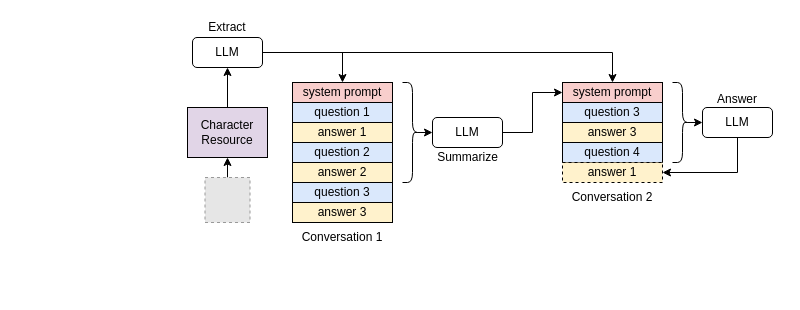
xrysamuel/my-drawio keeps this draw.io diagram as Drafts/aicosplay.drawio. Above is the earlier version. Source tidied: cells renumbered, new cells numbered last; positions are measured from the earlier drawing's top-left corner, leaving out a move shared by most shapes. Both pictures are drawn from the tidied source at 100%, with x=0, y=0 at pixel (187, 17). Pictures stored in the file or linked from it are replaced by grey dashed boxes.
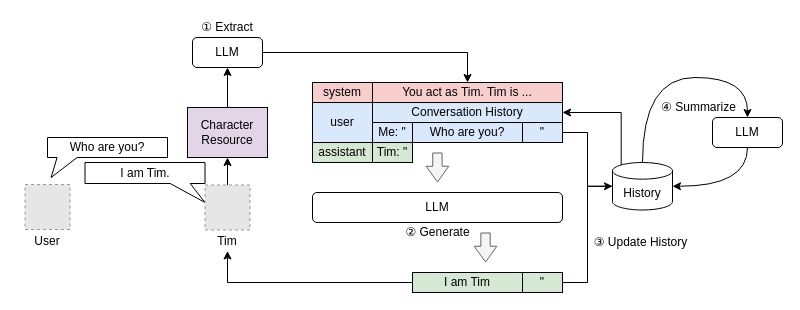
Above is the later version.

The change refers to these unchanged cells:
```xml
<mxCell id="18" value="LLM" style="rounded=1;whiteSpace=wrap;html=1;" parent="1" vertex="1">
  <mxGeometry x="5" y="20" width="70" height="30" as="geometry" />
</mxCell>
<mxCell id="20" value="Character&lt;div&gt;Resource&lt;/div&gt;" style="rounded=0;whiteSpace=wrap;html=1;fillColor=#e1d5e7;strokeColor=#000000;" parent="1" vertex="1">
  <mxGeometry y="90" width="80" height="50" as="geometry" />
</mxCell>
```

Change to the diagram source:
```diff
@@
-    <mxCell id="2" value="system prompt" style="rounded=0;whiteSpace=wrap;html=1;fillColor=#f8cecc;strokeColor=#000000;" parent="1" vertex="1">
-      <mxGeometry x="105" y="65" width="100" height="20" as="geometry" />
+    <mxCell id="2" value="&lt;div&gt;You act as Tim. Tim is ...&lt;/div&gt;" style="rounded=0;whiteSpace=wrap;html=1;fillColor=#f8cecc;strokeColor=#000000;" parent="1" vertex="1">
+      <mxGeometry x="185" y="65" width="190" height="20" as="geometry" />
     </mxCell>
-    <mxCell id="3" value="question 1" style="rounded=0;whiteSpace=wrap;html=1;fillColor=#dae8fc;strokeColor=#000000;" parent="1" vertex="1">
-      <mxGeometry x="105" y="85" width="100" height="20" as="geometry" />
+    <mxCell id="3" value="Me: &quot;" style="rounded=0;whiteSpace=wrap;html=1;fillColor=#dae8fc;strokeColor=#000000;" parent="1" vertex="1">
+      <mxGeometry x="185" y="105" width="40" height="20" as="geometry" />
     </mxCell>
-    <mxCell id="4" value="answer 1" style="rounded=0;whiteSpace=wrap;html=1;fillColor=#fff2cc;strokeColor=#000000;" parent="1" vertex="1">
-      <mxGeometry x="105" y="105" width="100" height="20" as="geometry" />
-    </mxCell>
-    <mxCell id="5" value="question 2" style="rounded=0;whiteSpace=wrap;html=1;fillColor=#dae8fc;strokeColor=#000000;" parent="1" vertex="1">
-      <mxGeometry x="105" y="125" width="100" height="20" as="geometry" />
-    </mxCell>
-    <mxCell id="6" value="answer 2" style="rounded=0;whiteSpace=wrap;html=1;fillColor=#fff2cc;strokeColor=#000000;" parent="1" vertex="1">
-      <mxGeometry x="105" y="145" width="100" height="20" as="geometry" />
-    </mxCell>
-    <mxCell id="7" value="system prompt" style="rounded=0;whiteSpace=wrap;html=1;fillColor=#f8cecc;strokeColor=#000000;" parent="1" vertex="1">
-      <mxGeometry x="375" y="65" width="100" height="20" as="geometry" />
-    </mxCell>
-    <mxCell id="8" value="question 3" style="rounded=0;whiteSpace=wrap;html=1;fillColor=#dae8fc;strokeColor=#000000;" parent="1" vertex="1">
-      <mxGeometry x="375" y="85" width="100" height="20" as="geometry" />
-    </mxCell>
-    <mxCell id="9" value="answer 3" style="rounded=0;whiteSpace=wrap;html=1;fillColor=#fff2cc;strokeColor=#000000;" parent="1" vertex="1">
-      <mxGeometry x="375" y="105" width="100" height="20" as="geometry" />
-    </mxCell>
-    <mxCell id="10" value="question 4" style="rounded=0;whiteSpace=wrap;html=1;fillColor=#dae8fc;strokeColor=#000000;" parent="1" vertex="1">
-      <mxGeometry x="375" y="125" width="100" height="20" as="geometry" />
-    </mxCell>
-    <mxCell id="11" value="answer 1" style="rounded=0;whiteSpace=wrap;html=1;fillColor=#fff2cc;strokeColor=#000000;dashed=1;" parent="1" vertex="1">
-      <mxGeometry x="375" y="145" width="100" height="20" as="geometry" />
-    </mxCell>
-    <mxCell id="12" value="question 3" style="rounded=0;whiteSpace=wrap;html=1;fillColor=#dae8fc;strokeColor=#000000;" parent="1" vertex="1">
-      <mxGeometry x="105" y="165" width="100" height="20" as="geometry" />
-    </mxCell>
-    <mxCell id="13" value="answer 3" style="rounded=0;whiteSpace=wrap;html=1;fillColor=#fff2cc;strokeColor=#000000;" parent="1" vertex="1">
-      <mxGeometry x="105" y="185" width="100" height="20" as="geometry" />
-    </mxCell>
-    <mxCell id="14" style="edgeStyle=orthogonalEdgeStyle;rounded=0;jettySize=auto;html=1;exitX=0.5;exitY=0;exitDx=0;exitDy=0;entryX=0.5;entryY=1;entryDx=0;entryDy=0;" parent="1" edge="1" source="15" target="20">
-      <mxGeometry relative="1" as="geometry" />
+    <mxCell id="14" style="edgeStyle=orthogonalEdgeStyle;rounded=0;jettySize=auto;html=1;exitX=0.5;exitY=0;exitDx=0;exitDy=0;entryX=0.5;entryY=1;entryDx=0;entryDy=0;" parent="1" edge="1" target="20">
+      <mxGeometry relative="1" as="geometry">
+        <mxPoint x="40" y="168.5" as="sourcePoint" />
+      </mxGeometry>
     </mxCell>
-    <mxCell id="15" style="fillColor=#E6E6E6;strokeColor=#999999;dashed=1;verticalLabelPosition=bottom;labelBackgroundColor=default;verticalAlign=top;" parent="1" vertex="1">
-      <mxGeometry x="17.5" y="160" width="45" height="45" as="geometry" />
-    </mxCell>
@@
-    <mxCell id="17" style="edgeStyle=orthogonalEdgeStyle;rounded=0;jettySize=auto;html=1;exitX=1;exitY=0.5;exitDx=0;exitDy=0;entryX=0.5;entryY=0;entryDx=0;entryDy=0;" parent="1" edge="1" source="18" target="7">
-      <mxGeometry relative="1" as="geometry" />
-    </mxCell>
@@
-    <mxCell id="21" value="Extract" style="text;html=1;align=center;verticalAlign=middle;whiteSpace=wrap;rounded=0;" parent="1" vertex="1">
+    <mxCell id="21" value="① Extract" style="text;html=1;align=center;verticalAlign=middle;whiteSpace=wrap;rounded=0;" parent="1" vertex="1">
       <mxGeometry x="10" width="60" height="20" as="geometry" />
     </mxCell>
-    <mxCell id="22" style="edgeStyle=orthogonalEdgeStyle;rounded=0;jettySize=auto;html=1;exitX=0.1;exitY=0.5;exitDx=0;exitDy=0;exitPerimeter=0;entryX=0;entryY=0.5;entryDx=0;entryDy=0;" parent="1" edge="1" source="23" target="25">
-      <mxGeometry relative="1" as="geometry" />
-    </mxCell>
-    <mxCell id="23" style="shape=curlyBracket;whiteSpace=wrap;html=1;rounded=1;flipH=1;labelPosition=right;verticalLabelPosition=middle;align=left;verticalAlign=middle;" parent="1" vertex="1">
-      <mxGeometry x="215" y="65" width="20" height="100" as="geometry" />
-    </mxCell>
-    <mxCell id="24" style="edgeStyle=orthogonalEdgeStyle;rounded=0;jettySize=auto;html=1;exitX=1;exitY=0.5;exitDx=0;exitDy=0;entryX=0;entryY=0.5;entryDx=0;entryDy=0;" parent="1" edge="1" source="25" target="7">
-      <mxGeometry relative="1" as="geometry" />
-    </mxCell>
-    <mxCell id="25" value="LLM" style="rounded=1;whiteSpace=wrap;html=1;" parent="1" vertex="1">
-      <mxGeometry x="245" y="100" width="70" height="30" as="geometry" />
-    </mxCell>
-    <mxCell id="26" value="Summarize" style="text;html=1;align=center;verticalAlign=middle;whiteSpace=wrap;rounded=0;" parent="1" vertex="1">
-      <mxGeometry x="242.5" y="130" width="75" height="20" as="geometry" />
-    </mxCell>
-    <mxCell id="27" style="edgeStyle=orthogonalEdgeStyle;rounded=0;jettySize=auto;html=1;exitX=0.1;exitY=0.5;exitDx=0;exitDy=0;exitPerimeter=0;entryX=0;entryY=0.5;entryDx=0;entryDy=0;" parent="1" edge="1" source="28" target="30">
-      <mxGeometry relative="1" as="geometry" />
-    </mxCell>
-    <mxCell id="28" style="shape=curlyBracket;whiteSpace=wrap;html=1;rounded=1;flipH=1;labelPosition=right;verticalLabelPosition=middle;align=left;verticalAlign=middle;" parent="1" vertex="1">
-      <mxGeometry x="485" y="65" width="20" height="80" as="geometry" />
-    </mxCell>
-    <mxCell id="29" style="edgeStyle=orthogonalEdgeStyle;rounded=0;jettySize=auto;html=1;exitX=0.5;exitY=1;exitDx=0;exitDy=0;entryX=1;entryY=0.5;entryDx=0;entryDy=0;" parent="1" edge="1" source="30" target="11">
-      <mxGeometry relative="1" as="geometry" />
-    </mxCell>
-    <mxCell id="30" value="LLM" style="rounded=1;whiteSpace=wrap;html=1;" parent="1" vertex="1">
-      <mxGeometry x="515" y="90" width="70" height="30" as="geometry" />
-    </mxCell>
-    <mxCell id="31" value="Answer" style="text;html=1;align=center;verticalAlign=middle;whiteSpace=wrap;rounded=0;" parent="1" vertex="1">
-      <mxGeometry x="525" y="72" width="50" height="20" as="geometry" />
-    </mxCell>
-    <mxCell id="32" value="Conversation 1" style="text;html=1;align=center;verticalAlign=middle;whiteSpace=wrap;rounded=0;" parent="1" vertex="1">
-      <mxGeometry x="110" y="205" width="90" height="30" as="geometry" />
-    </mxCell>
-    <mxCell id="33" value="Conversation 2" style="text;html=1;align=center;verticalAlign=middle;whiteSpace=wrap;rounded=0;" parent="1" vertex="1">
-      <mxGeometry x="380" y="165" width="90" height="30" as="geometry" />
-    </mxCell>
+    <mxCell id="34" value="user" style="rounded=0;whiteSpace=wrap;html=1;fillColor=#dae8fc;strokeColor=#000000;" parent="1" vertex="1">
+      <mxGeometry x="125" y="85" width="60" height="40" as="geometry" />
+    </mxCell>
+    <mxCell id="35" value="Tim" style="text;html=1;align=center;verticalAlign=middle;whiteSpace=wrap;rounded=0;" parent="1" vertex="1">
+      <mxGeometry x="10" y="213.5" width="60" height="20" as="geometry" />
+    </mxCell>
+    <mxCell id="36" value="&lt;div&gt;system&lt;/div&gt;" style="rounded=0;whiteSpace=wrap;html=1;fillColor=#f8cecc;strokeColor=#000000;" parent="1" vertex="1">
+      <mxGeometry x="125" y="65" width="60" height="20" as="geometry" />
+    </mxCell>
+    <mxCell id="37" value="Who are you?" style="rounded=0;whiteSpace=wrap;html=1;fillColor=#dae8fc;strokeColor=#000000;" parent="1" vertex="1">
+      <mxGeometry x="225" y="105" width="110" height="20" as="geometry" />
+    </mxCell>
+    <mxCell id="38" value="&quot;" style="rounded=0;whiteSpace=wrap;html=1;fillColor=#dae8fc;strokeColor=#000000;" parent="1" vertex="1">
+      <mxGeometry x="335" y="105" width="40" height="20" as="geometry" />
+    </mxCell>
+    <mxCell id="39" value="Conversation History" style="rounded=0;whiteSpace=wrap;html=1;fillColor=#dae8fc;strokeColor=#000000;" parent="1" vertex="1">
+      <mxGeometry x="185" y="85" width="190" height="20" as="geometry" />
+    </mxCell>
+    <mxCell id="40" value="assistant" style="rounded=0;whiteSpace=wrap;html=1;fillColor=#d5e8d4;strokeColor=#000000;" parent="1" vertex="1">
+      <mxGeometry x="125" y="125" width="60" height="20" as="geometry" />
+    </mxCell>
+    <mxCell id="41" value="Tim: &quot;" style="rounded=0;whiteSpace=wrap;html=1;fillColor=#d5e8d4;strokeColor=#000000;" parent="1" vertex="1">
+      <mxGeometry x="185" y="125" width="40" height="20" as="geometry" />
+    </mxCell>
+    <mxCell id="42" style="edgeStyle=orthogonalEdgeStyle;rounded=0;jettySize=auto;html=1;exitX=0;exitY=0.5;exitDx=0;exitDy=0;entryX=0.5;entryY=1;entryDx=0;entryDy=0;" parent="1" edge="1" source="43" target="35">
+      <mxGeometry relative="1" as="geometry" />
+    </mxCell>
+    <mxCell id="43" value="I am Tim" style="rounded=0;whiteSpace=wrap;html=1;fillColor=#d5e8d4;strokeColor=#000000;" parent="1" vertex="1">
+      <mxGeometry x="225" y="255" width="110" height="20" as="geometry" />
+    </mxCell>
+    <mxCell id="44" value="&quot;" style="rounded=0;whiteSpace=wrap;html=1;fillColor=#d5e8d4;strokeColor=#000000;" parent="1" vertex="1">
+      <mxGeometry x="335" y="255" width="40" height="20" as="geometry" />
+    </mxCell>
+    <mxCell id="45" value="LLM" style="rounded=1;whiteSpace=wrap;html=1;" parent="1" vertex="1">
+      <mxGeometry x="125" y="175" width="250" height="30" as="geometry" />
+    </mxCell>
+    <mxCell id="46" style="shape=flexArrow;endArrow=classic;html=1;rounded=0;fillColor=#f5f5f5;strokeColor=#666666;width=9.344262295081968;endSize=4.9156462585034015;endWidth=12.334113973458237;" parent="1" edge="1">
+      <mxGeometry relative="1" as="geometry">
+        <mxPoint x="249.9" y="135" as="sourcePoint" />
+        <mxPoint x="250" y="165" as="targetPoint" />
+      </mxGeometry>
+    </mxCell>
+    <mxCell id="47" style="shape=flexArrow;endArrow=classic;html=1;rounded=0;fillColor=#f5f5f5;strokeColor=#666666;width=9.344262295081968;endSize=4.9156462585034015;endWidth=12.334113973458237;" parent="1" edge="1">
+      <mxGeometry relative="1" as="geometry">
+        <mxPoint x="298" y="215" as="sourcePoint" />
+        <mxPoint x="298.1" y="245" as="targetPoint" />
+      </mxGeometry>
+    </mxCell>
+    <mxCell id="48" value="② Generate" style="text;html=1;align=center;verticalAlign=middle;whiteSpace=wrap;rounded=0;" parent="1" vertex="1">
+      <mxGeometry x="212.5" y="205" width="75" height="20" as="geometry" />
+    </mxCell>
+    <mxCell id="49" style="edgeStyle=orthogonalEdgeStyle;rounded=0;jettySize=auto;html=1;exitX=0.145;exitY=1;exitDx=0;exitDy=-2.4177832031250057;exitPerimeter=0;entryX=1;entryY=0.5;entryDx=0;entryDy=0;" parent="1" edge="1" source="51" target="39">
+      <mxGeometry relative="1" as="geometry">
+        <Array as="points">
+          <mxPoint x="434" y="95" />
+        </Array>
+      </mxGeometry>
+    </mxCell>
+    <mxCell id="50" style="edgeStyle=orthogonalEdgeStyle;rounded=0;jettySize=auto;html=1;exitX=0.5;exitY=0;exitDx=0;exitDy=0;exitPerimeter=0;entryX=0.5;entryY=0;entryDx=0;entryDy=0;curved=1;" parent="1" edge="1" source="51" target="52">
+      <mxGeometry relative="1" as="geometry">
+        <Array as="points">
+          <mxPoint x="455" y="60" />
+          <mxPoint x="560" y="60" />
+        </Array>
+      </mxGeometry>
+    </mxCell>
+    <mxCell id="51" value="History" style="shape=cylinder3;whiteSpace=wrap;html=1;boundedLbl=1;backgroundOutline=1;size=8.337183459051744;" parent="1" vertex="1">
+      <mxGeometry x="425" y="145" width="60" height="47.5" as="geometry" />
+    </mxCell>
+    <mxCell id="52" value="LLM" style="rounded=1;whiteSpace=wrap;html=1;" parent="1" vertex="1">
+      <mxGeometry x="525" y="100" width="70" height="30" as="geometry" />
+    </mxCell>
+    <mxCell id="53" value="④ Summarize" style="text;html=1;align=center;verticalAlign=middle;whiteSpace=wrap;rounded=0;" parent="1" vertex="1">
+      <mxGeometry x="470" y="80" width="83" height="20" as="geometry" />
+    </mxCell>
+    <mxCell id="54" style="edgeStyle=orthogonalEdgeStyle;rounded=0;jettySize=auto;html=1;exitX=0.5;exitY=1;exitDx=0;exitDy=0;entryX=1;entryY=0.5;entryDx=0;entryDy=0;entryPerimeter=0;curved=1;" parent="1" edge="1" source="52" target="51">
+      <mxGeometry relative="1" as="geometry" />
+    </mxCell>
+    <mxCell id="55" style="edgeStyle=orthogonalEdgeStyle;rounded=0;jettySize=auto;html=1;exitX=1;exitY=0.5;exitDx=0;exitDy=0;entryX=0;entryY=0.5;entryDx=0;entryDy=0;entryPerimeter=0;" parent="1" edge="1" source="38" target="51">
+      <mxGeometry relative="1" as="geometry" />
+    </mxCell>
+    <mxCell id="56" style="edgeStyle=orthogonalEdgeStyle;rounded=0;jettySize=auto;html=1;exitX=1;exitY=0.5;exitDx=0;exitDy=0;entryX=0;entryY=0.5;entryDx=0;entryDy=0;entryPerimeter=0;endArrow=none;endFill=0;" parent="1" edge="1" source="44" target="51">
+      <mxGeometry relative="1" as="geometry" />
+    </mxCell>
+    <mxCell id="57" value="③ Update History" style="text;html=1;align=center;verticalAlign=middle;whiteSpace=wrap;rounded=0;" parent="1" vertex="1">
+      <mxGeometry x="402" y="215" width="103" height="20" as="geometry" />
+    </mxCell>
+    <mxCell id="58" value="Who are you?" style="shape=callout;whiteSpace=wrap;html=1;perimeter=calloutPerimeter;position2=0.03;size=20;position=0.08;base=20;" parent="1" vertex="1">
+      <mxGeometry x="-140" y="120" width="120" height="40" as="geometry" />
+    </mxCell>
+    <mxCell id="59" value="User" style="text;html=1;align=center;verticalAlign=middle;whiteSpace=wrap;rounded=0;" parent="1" vertex="1">
+      <mxGeometry x="-170" y="213.5" width="60" height="20" as="geometry" />
+    </mxCell>
+    <mxCell id="60" style="fillColor=#E6E6E6;strokeColor=#999999;dashed=1;verticalLabelPosition=bottom;labelBackgroundColor=default;verticalAlign=top;" parent="1" vertex="1">
+      <mxGeometry x="-162.5" y="167" width="45" height="45" as="geometry" />
+    </mxCell>
+    <mxCell id="61" value="I am Tim." style="shape=callout;whiteSpace=wrap;html=1;perimeter=calloutPerimeter;position2=1;size=19;position=0.71;base=20;" parent="1" vertex="1">
+      <mxGeometry x="-102.5" y="145" width="120" height="40" as="geometry" />
+    </mxCell>
+    <mxCell id="62" style="fillColor=#E6E6E6;strokeColor=#999999;dashed=1;verticalLabelPosition=bottom;labelBackgroundColor=default;verticalAlign=top;" parent="1" vertex="1">
+      <mxGeometry x="17.5" y="167.5" width="45" height="45" as="geometry" />
+    </mxCell>
```
